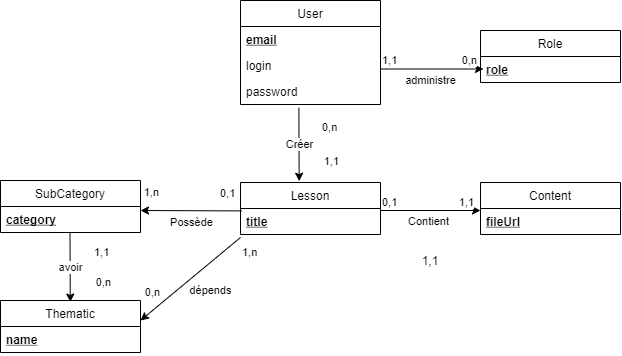
This is data/MCD.drawio.png from aviateur22/devLessons, a draw.io export, as it was before one commit. Source tidied: cells renumbered, new cells last; positions are measured from the earlier drawing's top-left corner, leaving out a move shared by most shapes.
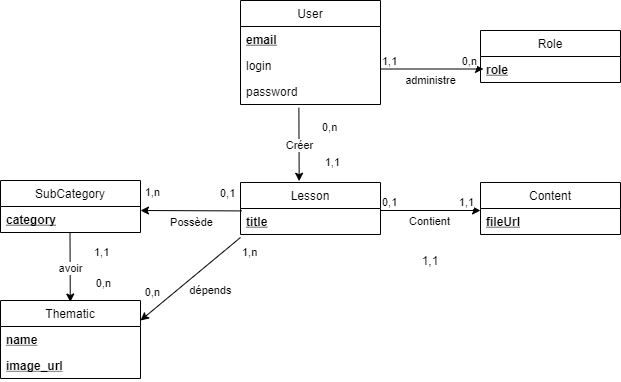
After the commit.

What changed in the source:
```diff
@@ -87,11 +87,14 @@
       <mxGeometry x="410" y="250" width="40" height="20" as="geometry" />
     </mxCell>
     <mxCell id="24" value="Thematic" style="swimlane;fontStyle=0;horizontal=1;startSize=26;" parent="1" vertex="1">
-      <mxGeometry y="300" width="140" height="52" as="geometry" />
+      <mxGeometry y="300" width="140" height="78" as="geometry" />
     </mxCell>
     <mxCell id="25" value="name" style="text;strokeColor=none;fillColor=none;align=left;verticalAlign=top;spacingLeft=4;spacingRight=4;overflow=hidden;fontStyle=5;" parent="24" vertex="1">
       <mxGeometry y="26" width="140" height="26" as="geometry" />
     </mxCell>
+    <mxCell id="39" value="image_url" style="text;strokeColor=none;fillColor=none;align=left;verticalAlign=top;spacingLeft=4;spacingRight=4;overflow=hidden;fontStyle=5;" parent="24" vertex="1">
+      <mxGeometry y="52" width="140" height="26" as="geometry" />
+    </mxCell>
     <mxCell id="26" style="endArrow=classic;html=1;exitX=0.417;exitY=1.122;exitDx=0;exitDy=0;exitPerimeter=0;entryX=0.419;entryY=-0.025;entryDx=0;entryDy=0;entryPerimeter=0;" parent="1" edge="1">
       <mxGeometry relative="1" as="geometry">
         <mxPoint x="69.5" y="232" as="sourcePoint" />
```
